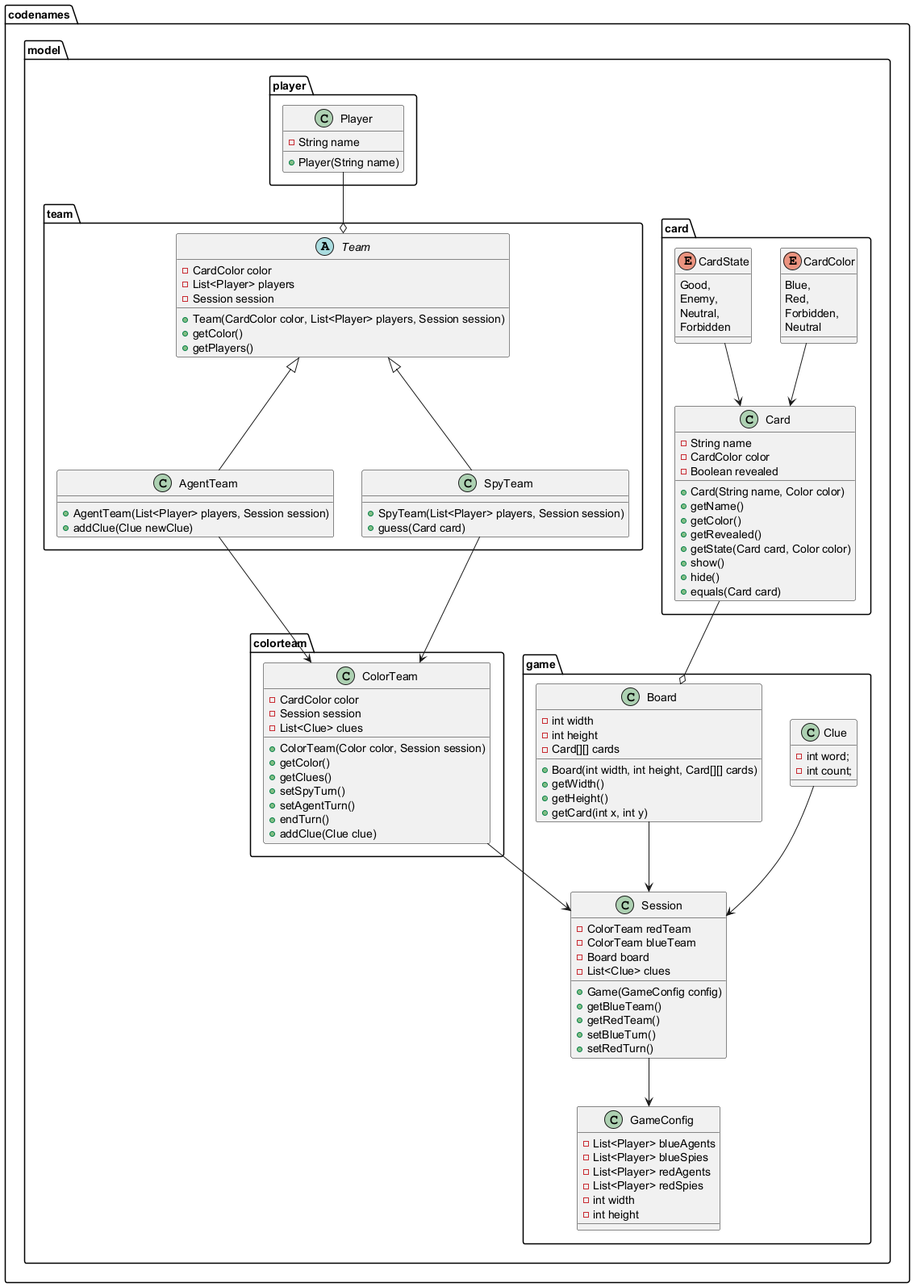
Earlier version of the PlantUML export uml/main.png (Natvs/Codename).
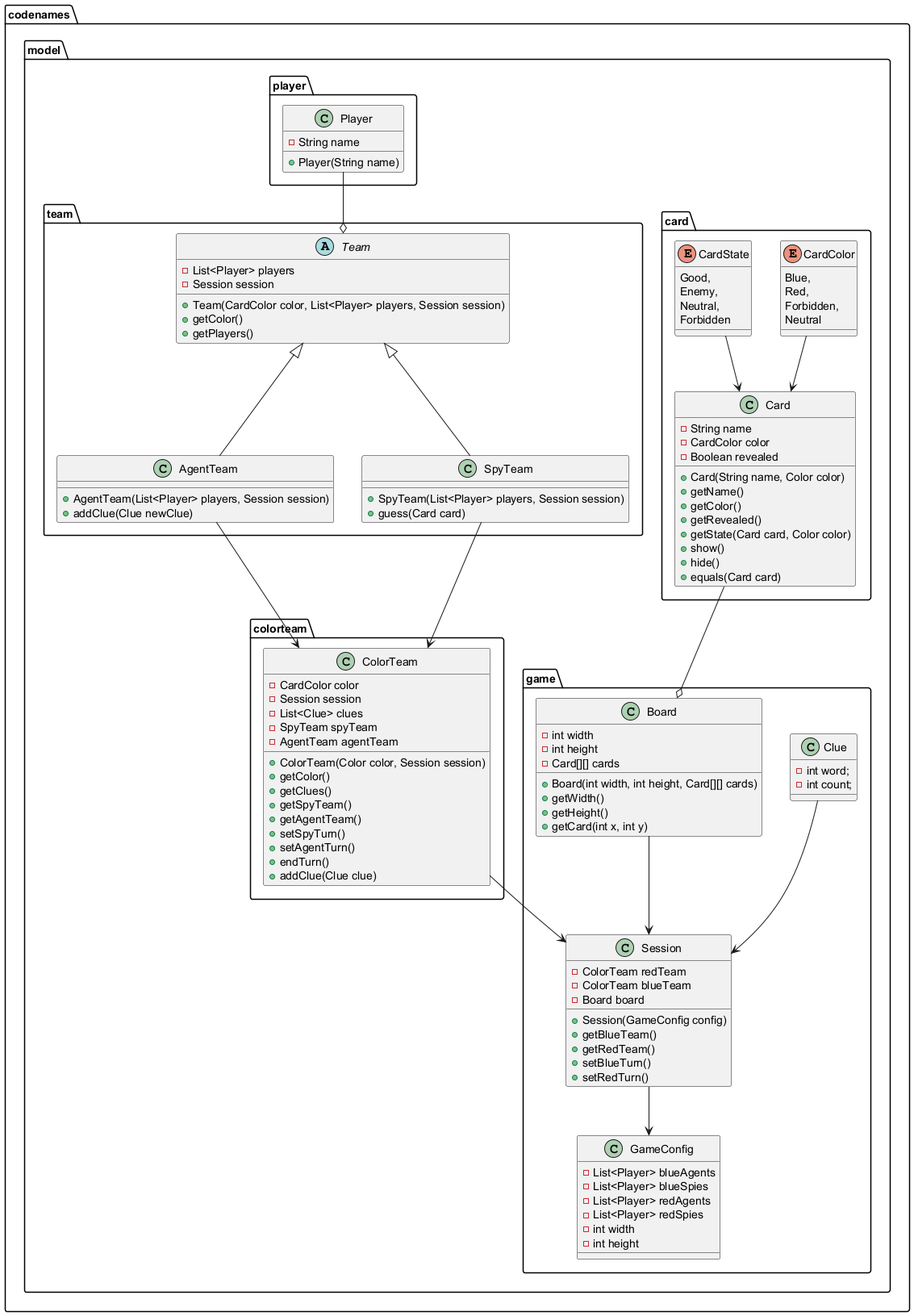
The same diagram one commit later.

Commit message:
docs(model) : minor reviev in uml

Change to the diagram source:
```diff
@@ -13,8 +13,7 @@
         -ColorTeam redTeam
         -ColorTeam blueTeam
         -Board board
-        -List<Clue> clues
-        +Game(GameConfig config)
+        +Session(GameConfig config)
         +getBlueTeam()
         +getRedTeam()
         +setBlueTurn()
@@ -43,7 +42,6 @@
 
 package codenames.model.team {
     abstract class Team {
-        -CardColor color
         -List<Player> players
         -Session session
         +Team(CardColor color, List<Player> players, Session session)
@@ -66,9 +64,13 @@
         -CardColor color
         -Session session
         -List<Clue> clues
+        -SpyTeam spyTeam
+        -AgentTeam agentTeam
         +ColorTeam(Color color, Session session)
         +getColor()
         +getClues()
+        +getSpyTeam()
+        +getAgentTeam()
         +setSpyTurn()
         +setAgentTurn()
         +endTurn()
```
